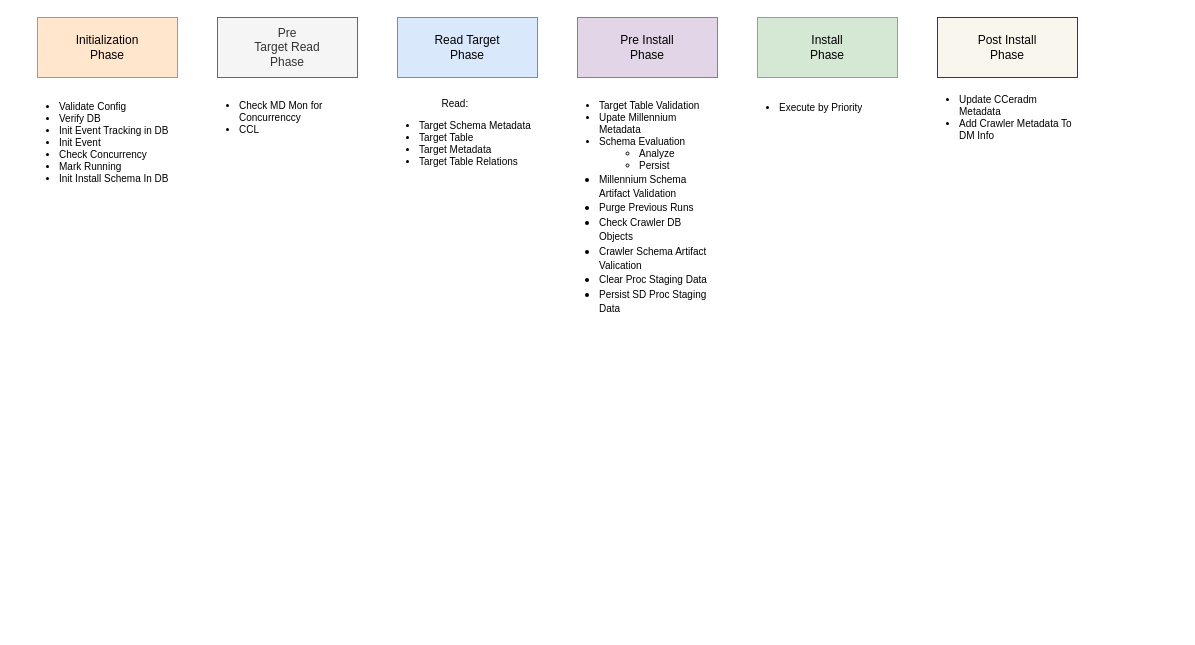
The draw.io diagram Untitled Diagram.drawio in abono/Kaya-CMS, before the edit. Source tidied: cells renumbered, new cells numbered last; positions are measured from the earlier drawing's top-left corner, leaving out a move shared by most shapes. Both pictures are drawn from the tidied source at 100%, with x=0, y=0 at pixel (17, 17).
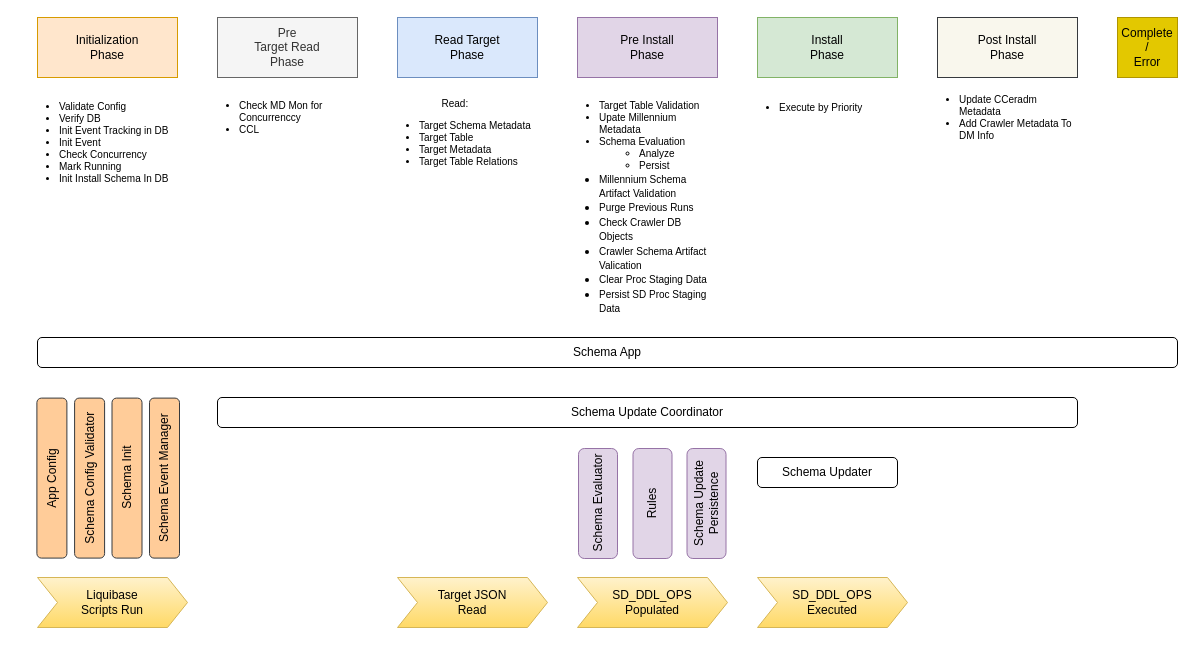
After the change.

The edit, as a diff of the source:
```diff
@@
+    <mxCell id="14" value="&lt;font style=&quot;font-size: 12px&quot;&gt;Schema App&lt;/font&gt;" style="rounded=1;whiteSpace=wrap;html=1;fontSize=10;align=center;" parent="1" vertex="1">
+      <mxGeometry x="20" y="320" width="1140" height="30" as="geometry" />
+    </mxCell>
+    <mxCell id="15" value="App Config" style="rounded=1;whiteSpace=wrap;html=1;fontSize=12;align=center;rotation=-90;fillColor=#ffcc99;strokeColor=#36393d;" parent="1" vertex="1">
+      <mxGeometry x="-45.6" y="445.6" width="160" height="30" as="geometry" />
+    </mxCell>
+    <mxCell id="16" value="Schema Config Validator" style="rounded=1;whiteSpace=wrap;html=1;fontSize=12;align=center;rotation=-90;fillColor=#ffcc99;strokeColor=#36393d;" parent="1" vertex="1">
+      <mxGeometry x="-7.9" y="445.6" width="160" height="30" as="geometry" />
+    </mxCell>
+    <mxCell id="17" value="Schema Init" style="rounded=1;whiteSpace=wrap;html=1;fontSize=12;align=center;rotation=-90;fillColor=#ffcc99;strokeColor=#36393d;" parent="1" vertex="1">
+      <mxGeometry x="29.5" y="445.6" width="160" height="30" as="geometry" />
+    </mxCell>
+    <mxCell id="18" value="Schema Event Manager" style="rounded=1;whiteSpace=wrap;html=1;fontSize=12;align=center;rotation=-90;fillColor=#ffcc99;strokeColor=#36393d;" parent="1" vertex="1">
+      <mxGeometry x="67" y="445.6" width="160" height="30" as="geometry" />
+    </mxCell>
+    <mxCell id="19" value="Complete&lt;br&gt;/&lt;br&gt;Error" style="rounded=0;whiteSpace=wrap;html=1;fillColor=#e3c800;fontColor=#000000;strokeColor=#B09500;" parent="1" vertex="1">
+      <mxGeometry x="1100" width="60" height="60" as="geometry" />
+    </mxCell>
+    <mxCell id="20" value="Schema Update Coordinator" style="rounded=1;whiteSpace=wrap;html=1;fontSize=12;align=center;" parent="1" vertex="1">
+      <mxGeometry x="200" y="380" width="860" height="30" as="geometry" />
+    </mxCell>
+    <mxCell id="21" value="Schema Updater" style="rounded=1;whiteSpace=wrap;html=1;fontSize=12;align=center;" parent="1" vertex="1">
+      <mxGeometry x="740" y="440" width="140" height="30" as="geometry" />
+    </mxCell>
+    <mxCell id="22" value="Schema Evaluator" style="rounded=1;whiteSpace=wrap;html=1;fontSize=12;align=center;rotation=-90;fillColor=#e1d5e7;strokeColor=#9673a6;" parent="1" vertex="1">
+      <mxGeometry x="525.5" y="466.5" width="110" height="39" as="geometry" />
+    </mxCell>
+    <mxCell id="23" value="Rules" style="rounded=1;whiteSpace=wrap;html=1;fontSize=12;align=center;rotation=-90;fillColor=#e1d5e7;strokeColor=#9673a6;" parent="1" vertex="1">
+      <mxGeometry x="580" y="466.5" width="110" height="39" as="geometry" />
+    </mxCell>
+    <mxCell id="24" value="Schema Update Persistence" style="rounded=1;whiteSpace=wrap;html=1;fontSize=12;align=center;rotation=-90;fillColor=#e1d5e7;strokeColor=#9673a6;" parent="1" vertex="1">
+      <mxGeometry x="634" y="466.5" width="110" height="39" as="geometry" />
+    </mxCell>
+    <mxCell id="25" value="SD_DDL_OPS&lt;br&gt;Populated" style="shape=step;perimeter=stepPerimeter;whiteSpace=wrap;html=1;fixedSize=1;fontSize=12;align=center;fillColor=#fff2cc;strokeColor=#d6b656;gradientColor=#ffd966;" parent="1" vertex="1">
+      <mxGeometry x="560" y="560" width="150" height="50" as="geometry" />
+    </mxCell>
+    <mxCell id="26" value="SD_DDL_OPS&lt;br&gt;Executed" style="shape=step;perimeter=stepPerimeter;whiteSpace=wrap;html=1;fixedSize=1;fontSize=12;align=center;fillColor=#fff2cc;strokeColor=#d6b656;gradientColor=#ffd966;" parent="1" vertex="1">
+      <mxGeometry x="740" y="560" width="150" height="50" as="geometry" />
+    </mxCell>
+    <mxCell id="27" value="Liquibase&lt;br&gt;Scripts Run" style="shape=step;perimeter=stepPerimeter;whiteSpace=wrap;html=1;fixedSize=1;fontSize=12;align=center;fillColor=#fff2cc;strokeColor=#d6b656;gradientColor=#ffd966;" parent="1" vertex="1">
+      <mxGeometry x="20" y="560" width="150" height="50" as="geometry" />
+    </mxCell>
+    <mxCell id="28" value="Target JSON&lt;br&gt;Read" style="shape=step;perimeter=stepPerimeter;whiteSpace=wrap;html=1;fixedSize=1;fontSize=12;align=center;fillColor=#fff2cc;strokeColor=#d6b656;gradientColor=#ffd966;" parent="1" vertex="1">
+      <mxGeometry x="380" y="560" width="150" height="50" as="geometry" />
+    </mxCell>
```
